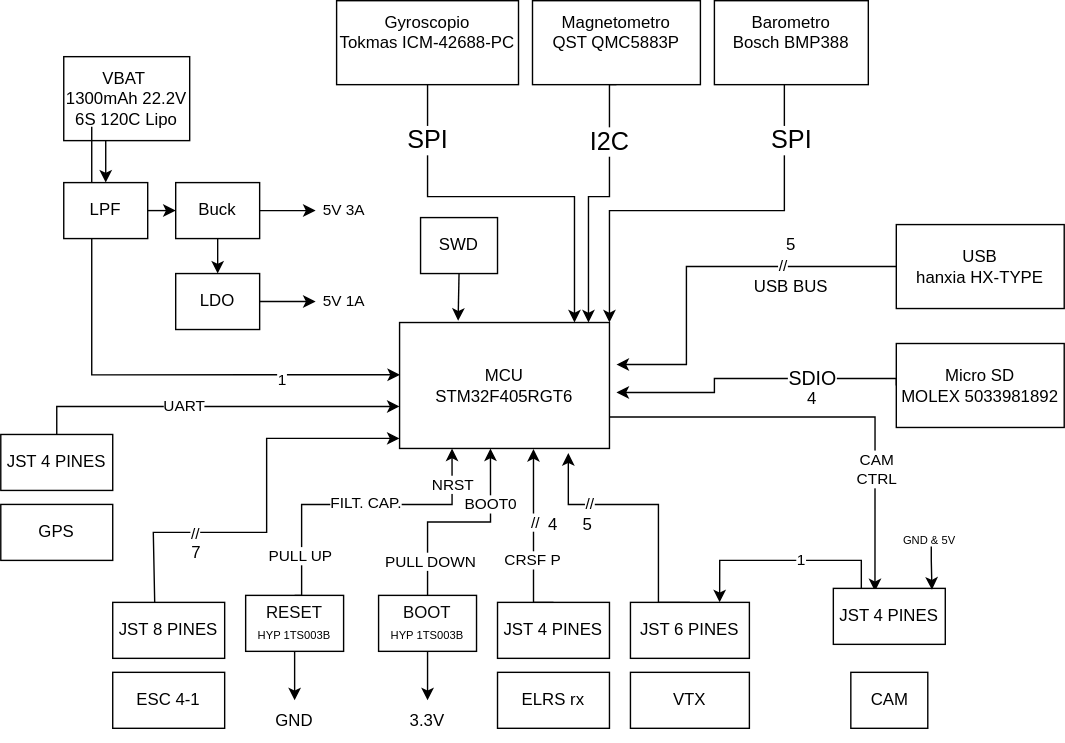
This is Diagrama de bloques FC Dron.drawio.svg from Lucas-el-pato/FC-DRON-P3, a draw.io export, as it was before one commit. Source tidied: cells renumbered, new cells last; positions are measured from the earlier drawing's top-left corner, leaving out a move shared by most shapes.
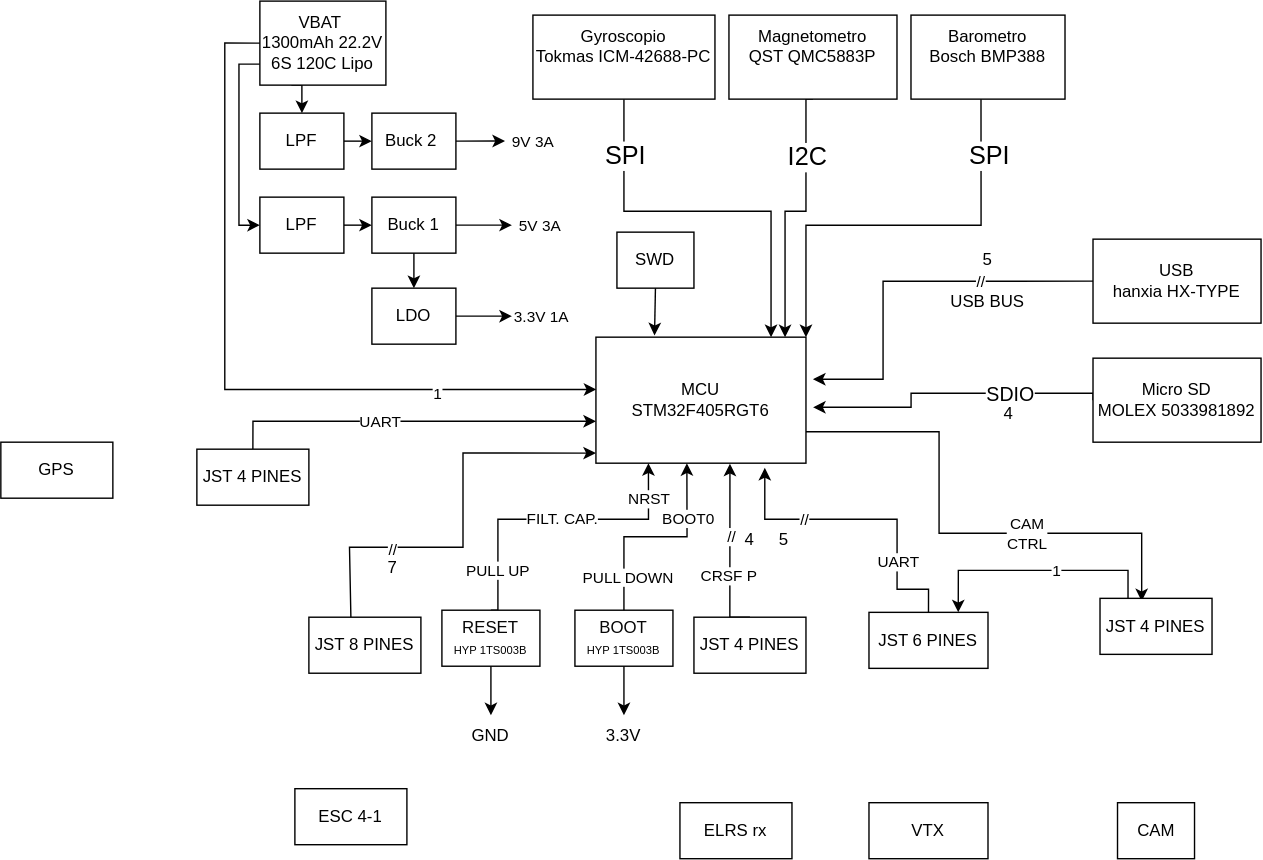
Above is the later version.

What changed in the source:
```diff
@@ -3,10 +3,18 @@
     <mxCell id="0" />
     <mxCell id="1" parent="0" />
     <mxCell id="2" style="edgeStyle=orthogonalEdgeStyle;rounded=0;jettySize=auto;html=1;exitX=1;exitY=0.75;exitDx=0;exitDy=0;entryX=0.372;entryY=0.051;entryDx=0;entryDy=0;entryPerimeter=0;" parent="1" edge="1" source="4" target="52">
-      <mxGeometry relative="1" as="geometry" />
+      <mxGeometry relative="1" as="geometry">
+        <Array as="points">
+          <mxPoint x="530" y="297.5" />
+          <mxPoint x="530" y="370" />
+          <mxPoint x="674.8" y="370" />
+        </Array>
+      </mxGeometry>
     </mxCell>
     <mxCell id="3" value="CAM&lt;div&gt;CTRL&lt;/div&gt;" style="edgeLabel;html=1;align=center;verticalAlign=middle;" parent="2" vertex="1">
-      <mxGeometry x="0.45" y="1" relative="1" as="geometry" />
+      <mxGeometry x="0.45" y="1" relative="1" as="geometry">
+        <mxPoint x="-31" y="1" as="offset" />
+      </mxGeometry>
     </mxCell>
     <mxCell id="4" value="&lt;font&gt;MCU&lt;/font&gt;&lt;div&gt;&lt;font&gt;STM32F405RGT6&lt;/font&gt;&lt;/div&gt;" style="rounded=0;whiteSpace=wrap;html=1;fillColor=light-dark(#FFFFFF,#FF3333);" parent="1" vertex="1">
       <mxGeometry x="285" y="230" width="150" height="90" as="geometry" />
@@ -79,10 +87,10 @@
       <mxGeometry x="640" y="245" width="120" height="60" as="geometry" />
     </mxCell>
     <mxCell id="17" value="VTX" style="rounded=0;whiteSpace=wrap;html=1;" parent="1" vertex="1">
-      <mxGeometry x="450" y="480" width="85" height="40" as="geometry" />
+      <mxGeometry x="480" y="562.5" width="85" height="40" as="geometry" />
     </mxCell>
     <mxCell id="18" value="&lt;font style=&quot;color: light-dark(rgb(0, 0, 0), rgb(0, 0, 0));&quot;&gt;JST 6 PINES&lt;/font&gt;" style="rounded=0;whiteSpace=wrap;html=1;fillColor=light-dark(#FFFFFF,#00FF80);" parent="1" vertex="1">
-      <mxGeometry x="450" y="430" width="85" height="40" as="geometry" />
+      <mxGeometry x="480" y="426.5" width="85" height="40" as="geometry" />
     </mxCell>
     <mxCell id="19" style="edgeStyle=orthogonalEdgeStyle;rounded=0;jettySize=auto;html=1;exitX=0;exitY=0.5;exitDx=0;exitDy=0;" parent="1" edge="1" source="21">
       <mxGeometry relative="1" as="geometry">
@@ -101,16 +109,19 @@
     <mxCell id="21" value="USB&lt;div&gt;hanxia HX-TYPE&lt;/div&gt;" style="rounded=0;whiteSpace=wrap;html=1;fillColor=light-dark(#FFFFFF,#8C00FF);" parent="1" vertex="1">
       <mxGeometry x="640" y="160" width="120" height="60" as="geometry" />
     </mxCell>
+    <mxCell id="77" style="edgeStyle=orthogonalEdgeStyle;rounded=0;jettySize=auto;html=1;exitX=0.25;exitY=1;exitDx=0;exitDy=0;entryX=0.5;entryY=0;entryDx=0;entryDy=0;" parent="1" edge="1" source="23" target="81">
+      <mxGeometry relative="1" as="geometry" />
+    </mxCell>
-    <mxCell id="22" style="edgeStyle=orthogonalEdgeStyle;rounded=0;jettySize=auto;html=1;entryX=0.5;entryY=0;entryDx=0;entryDy=0;" parent="1" edge="1" source="23" target="60">
+    <mxCell id="22" style="edgeStyle=orthogonalEdgeStyle;rounded=0;jettySize=auto;html=1;exitX=0;exitY=0.75;exitDx=0;exitDy=0;entryX=0;entryY=0.5;entryDx=0;entryDy=0;" parent="1" edge="1" source="23" target="60">
       <mxGeometry relative="1" as="geometry">
         <Array as="points">
-          <mxPoint x="75" y="120" />
-          <mxPoint x="75" y="120" />
+          <mxPoint x="30" y="35" />
+          <mxPoint x="30" y="150" />
         </Array>
       </mxGeometry>
     </mxCell>
     <mxCell id="23" value="VBAT&amp;nbsp;&lt;div&gt;&lt;span style=&quot;background-color: transparent; color: light-dark(rgb(0, 0, 0), rgb(255, 255, 255));&quot;&gt;1300mAh 22.2V 6S 120C Lipo&lt;/span&gt;&lt;/div&gt;" style="rounded=0;whiteSpace=wrap;html=1;fillColor=light-dark(#FFFFFF,#FF8000);" parent="1" vertex="1">
-      <mxGeometry x="45" y="40" width="90" height="60" as="geometry" />
+      <mxGeometry x="45" y="-10" width="90" height="60" as="geometry" />
     </mxCell>
     <mxCell id="24" value="&lt;font style=&quot;color: light-dark(rgb(7, 7, 7), rgb(0, 0, 0));&quot;&gt;BOOT&lt;/font&gt;&lt;div&gt;&lt;font style=&quot;&quot;&gt;&lt;font style=&quot;font-size: 8px; color: light-dark(rgb(0, 0, 0), rgb(0, 0, 0));&quot;&gt;HYP 1TS003B&lt;/font&gt;&lt;/font&gt;&lt;/div&gt;" style="rounded=0;whiteSpace=wrap;html=1;fillColor=light-dark(#FFFFFF,#00FFFA);" parent="1" vertex="1">
       <mxGeometry x="270" y="425" width="70" height="40" as="geometry" />
@@ -204,9 +215,10 @@
     <mxCell id="44" style="edgeStyle=orthogonalEdgeStyle;rounded=0;jettySize=auto;html=1;exitX=0.5;exitY=0;exitDx=0;exitDy=0;entryX=0.804;entryY=1.037;entryDx=0;entryDy=0;entryPerimeter=0;" parent="1" edge="1" source="18" target="4">
       <mxGeometry relative="1" as="geometry">
         <Array as="points">
-          <mxPoint x="470" y="430" />
-          <mxPoint x="470" y="360" />
-          <mxPoint x="406" y="360" />
+          <mxPoint x="522.5" y="410" />
+          <mxPoint x="500" y="410" />
+          <mxPoint x="500" y="360" />
+          <mxPoint x="405.6" y="360" />
         </Array>
       </mxGeometry>
     </mxCell>
@@ -215,6 +227,11 @@
         <mxPoint x="-43" as="offset" />
       </mxGeometry>
     </mxCell>
+    <mxCell id="78" value="UART" style="edgeLabel;html=1;align=center;verticalAlign=middle;" parent="44" vertex="1">
+      <mxGeometry x="-0.7" y="-2" relative="1" as="geometry">
+        <mxPoint x="-6" y="-18" as="offset" />
+      </mxGeometry>
+    </mxCell>
     <mxCell id="46" value="5" style="text;html=1;whiteSpace=wrap;strokeColor=none;fillColor=none;align=center;verticalAlign=middle;rounded=0;" parent="1" vertex="1">
       <mxGeometry x="402.5" y="370" width="32.5" height="10" as="geometry" />
     </mxCell>
@@ -243,30 +260,19 @@
       <mxGeometry x="-0.16" relative="1" as="geometry" />
     </mxCell>
     <mxCell id="52" value="&lt;font style=&quot;color: light-dark(rgb(0, 0, 0), rgb(0, 0, 0));&quot;&gt;JST 4 PINES&lt;/font&gt;" style="rounded=0;whiteSpace=wrap;html=1;fillColor=light-dark(#FFFFFF,#00FF80);" parent="1" vertex="1">
-      <mxGeometry x="595" y="420" width="80" height="40" as="geometry" />
+      <mxGeometry x="645" y="416.5" width="80" height="40" as="geometry" />
     </mxCell>
     <mxCell id="53" value="CAM" style="whiteSpace=wrap;html=1;" parent="1" vertex="1">
-      <mxGeometry x="607.5" y="480" width="55" height="40" as="geometry" />
+      <mxGeometry x="657.5" y="562.5" width="55" height="40" as="geometry" />
     </mxCell>
-    <mxCell id="54" style="endArrow=classic;html=1;rounded=0;entryX=0.881;entryY=0.023;entryDx=0;entryDy=0;entryPerimeter=0;" parent="1" edge="1" target="52">
-      <mxGeometry relative="1" as="geometry">
-        <mxPoint x="665" y="390" as="sourcePoint" />
-        <Array as="points">
-          <mxPoint x="665" y="400" />
-        </Array>
-      </mxGeometry>
-    </mxCell>
-    <mxCell id="55" value="&lt;font style=&quot;font-size: 8px;&quot;&gt;GND &amp;amp; 5V&amp;nbsp;&lt;/font&gt;" style="text;html=1;whiteSpace=wrap;strokeColor=none;fillColor=none;align=center;verticalAlign=middle;rounded=0;" parent="1" vertex="1">
-      <mxGeometry x="630" y="370" width="70" height="30" as="geometry" />
-    </mxCell>
     <mxCell id="56" value="SWD" style="whiteSpace=wrap;html=1;fillColor=light-dark(#FFFFFF,#2909FF);" parent="1" vertex="1">
       <mxGeometry x="300" y="155" width="55" height="40" as="geometry" />
     </mxCell>
-    <mxCell id="57" style="edgeStyle=orthogonalEdgeStyle;rounded=0;jettySize=auto;html=1;entryX=0.002;entryY=0.415;entryDx=0;entryDy=0;entryPerimeter=0;" parent="1" edge="1" target="4">
+    <mxCell id="57" style="edgeStyle=orthogonalEdgeStyle;rounded=0;jettySize=auto;html=1;entryX=0.002;entryY=0.415;entryDx=0;entryDy=0;entryPerimeter=0;exitX=0;exitY=0.5;exitDx=0;exitDy=0;" parent="1" edge="1" source="23" target="4">
       <mxGeometry relative="1" as="geometry">
-        <mxPoint x="65" y="90" as="sourcePoint" />
         <Array as="points">
-          <mxPoint x="65" y="267" />
+          <mxPoint x="20" y="20" />
+          <mxPoint x="20" y="267.4" />
         </Array>
       </mxGeometry>
     </mxCell>
@@ -280,13 +286,13 @@
       <mxGeometry x="45" y="130" width="60" height="40" as="geometry" />
     </mxCell>
     <mxCell id="61" value="ELRS rx" style="whiteSpace=wrap;html=1;" parent="1" vertex="1">
-      <mxGeometry x="355" y="480" width="80" height="40" as="geometry" />
+      <mxGeometry x="345" y="562.5" width="80" height="40" as="geometry" />
     </mxCell>
     <mxCell id="62" value="&lt;font style=&quot;color: light-dark(rgb(0, 0, 0), rgb(0, 0, 0));&quot;&gt;JST 4 PINES&lt;/font&gt;" style="rounded=0;whiteSpace=wrap;html=1;fillColor=light-dark(#FFFFFF,#00FF80);" parent="1" vertex="1">
       <mxGeometry x="355" y="430" width="80" height="40" as="geometry" />
     </mxCell>
     <mxCell id="63" value="ESC 4-1" style="rounded=0;whiteSpace=wrap;html=1;" parent="1" vertex="1">
-      <mxGeometry x="80" y="480" width="80" height="40" as="geometry" />
+      <mxGeometry x="70" y="552.5" width="80" height="40" as="geometry" />
     </mxCell>
     <mxCell id="64" value="&lt;font style=&quot;color: light-dark(rgb(0, 0, 0), rgb(0, 0, 0));&quot;&gt;JST 8 PINES&lt;/font&gt;" style="rounded=0;whiteSpace=wrap;html=1;fillColor=light-dark(#FFFFFF,#00FF80);" parent="1" vertex="1">
       <mxGeometry x="80" y="430" width="80" height="40" as="geometry" />
@@ -301,7 +307,12 @@
         <mxPoint x="43" as="offset" />
       </mxGeometry>
     </mxCell>
+    <mxCell id="79" value="9V 3A" style="edgeLabel;html=1;align=center;verticalAlign=middle;" parent="65" vertex="1">
+      <mxGeometry x="-0.15" relative="1" as="geometry">
+        <mxPoint x="38" y="-60" as="offset" />
+      </mxGeometry>
+    </mxCell>
-    <mxCell id="67" value="Buck" style="rounded=0;whiteSpace=wrap;html=1;fillColor=light-dark(#FFFFFF,#FF8000);" parent="1" vertex="1">
+    <mxCell id="67" value="Buck 1" style="rounded=0;whiteSpace=wrap;html=1;fillColor=light-dark(#FFFFFF,#FF8000);" parent="1" vertex="1">
       <mxGeometry x="125" y="130" width="60" height="40" as="geometry" />
     </mxCell>
     <mxCell id="68" style="edgeStyle=orthogonalEdgeStyle;rounded=0;orthogonalLoop=1;jettySize=auto;html=1;" parent="1" edge="1">
@@ -313,7 +324,7 @@
     <mxCell id="69" value="LDO" style="rounded=0;whiteSpace=wrap;html=1;fillColor=light-dark(#FFFFFF,#FF8000);" parent="1" vertex="1">
       <mxGeometry x="125" y="195" width="60" height="40" as="geometry" />
     </mxCell>
-    <mxCell id="70" value="5V 1A" style="edgeLabel;html=1;align=center;verticalAlign=middle;" parent="1" vertex="1">
+    <mxCell id="70" value="3.3V 1A" style="edgeLabel;html=1;align=center;verticalAlign=middle;" parent="1" vertex="1">
       <mxGeometry x="245" y="215" as="geometry" />
     </mxCell>
     <mxCell id="71" style="edgeStyle=orthogonalEdgeStyle;rounded=0;orthogonalLoop=1;jettySize=auto;html=1;entryX=0.5;entryY=0;entryDx=0;entryDy=0;" parent="1" edge="1">
@@ -336,10 +347,24 @@
       <mxGeometry y="310" width="80" height="40" as="geometry" />
     </mxCell>
     <mxCell id="75" value="GPS" style="rounded=0;whiteSpace=wrap;html=1;" parent="1" vertex="1">
-      <mxGeometry y="360" width="80" height="40" as="geometry" />
+      <mxGeometry x="-140" y="305" width="80" height="40" as="geometry" />
     </mxCell>
     <mxCell id="76" style="edgeStyle=orthogonalEdgeStyle;rounded=0;jettySize=auto;html=1;exitX=0.5;exitY=1;exitDx=0;exitDy=0;entryX=0.279;entryY=-0.014;entryDx=0;entryDy=0;entryPerimeter=0;" parent="1" edge="1" source="56" target="4">
       <mxGeometry relative="1" as="geometry" />
     </mxCell>
+    <mxCell id="80" style="edgeStyle=orthogonalEdgeStyle;rounded=0;jettySize=auto;html=1;exitX=1;exitY=0.5;exitDx=0;exitDy=0;entryX=0;entryY=0.5;entryDx=0;entryDy=0;" parent="1" edge="1" source="81" target="83">
+      <mxGeometry relative="1" as="geometry" />
+    </mxCell>
+    <mxCell id="81" value="LPF" style="rounded=0;whiteSpace=wrap;html=1;fillColor=light-dark(#FFFFFF,#FF8000);" parent="1" vertex="1">
+      <mxGeometry x="45" y="70" width="60" height="40" as="geometry" />
+    </mxCell>
+    <mxCell id="82" style="edgeStyle=orthogonalEdgeStyle;rounded=0;jettySize=auto;html=1;exitX=1;exitY=0.5;exitDx=0;exitDy=0;" parent="1" edge="1" source="83">
+      <mxGeometry relative="1" as="geometry">
+        <mxPoint x="220" y="89.9" as="targetPoint" />
+      </mxGeometry>
+    </mxCell>
+    <mxCell id="83" value="Buck 2&amp;nbsp;" style="rounded=0;whiteSpace=wrap;html=1;fillColor=light-dark(#FFFFFF,#FF8000);" parent="1" vertex="1">
+      <mxGeometry x="125" y="70" width="60" height="40" as="geometry" />
+    </mxCell>
   </root>
 </mxGraphModel>
```
